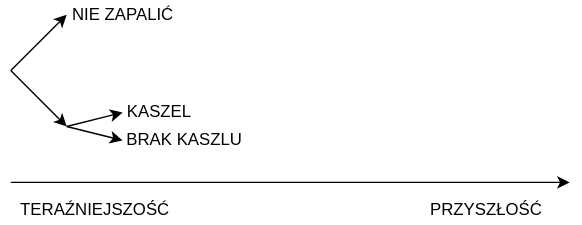
Before: images/ep-04-obnizanie-wartosci-w-czasie-02.svg, a diagram exported from draw.io (lyckantropen/awakening-pl). Source tidied: cells renumbered, new cells last; positions are measured from the earlier drawing's top-left corner, leaving out a move shared by most shapes.
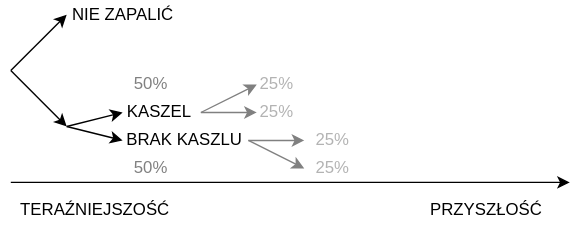
After the change.

The edit, as a diff of the source:
```diff
@@ -47,5 +47,47 @@
     <mxCell id="11" value="NIE ZAPALIĆ" style="text;html=1;align=center;verticalAlign=middle;strokeColor=none;fillColor=none;" parent="1" vertex="1">
       <mxGeometry x="35" width="90" height="20" as="geometry" />
     </mxCell>
+    <mxCell id="12" style="endArrow=classic;html=1;curved=1;fontColor=#999999;strokeColor=#808080;" parent="1" edge="1">
+      <mxGeometry x="176" y="1250" as="geometry">
+        <mxPoint x="136" y="80" as="sourcePoint" />
+        <mxPoint x="176" y="60" as="targetPoint" />
+      </mxGeometry>
+    </mxCell>
+    <mxCell id="13" style="endArrow=classic;html=1;curved=1;fontColor=#999999;strokeColor=#808080;" parent="1" edge="1">
+      <mxGeometry x="176" y="1250" as="geometry">
+        <mxPoint x="136" y="80" as="sourcePoint" />
+        <mxPoint x="176" y="80" as="targetPoint" />
+      </mxGeometry>
+    </mxCell>
+    <mxCell id="14" style="endArrow=classic;html=1;curved=1;fontColor=#999999;strokeColor=#808080;" parent="1" edge="1">
+      <mxGeometry x="210" y="1270" as="geometry">
+        <mxPoint x="170" y="100" as="sourcePoint" />
+        <mxPoint x="210" y="120" as="targetPoint" />
+      </mxGeometry>
+    </mxCell>
+    <mxCell id="15" style="endArrow=classic;html=1;curved=1;fontColor=#999999;strokeColor=#808080;" parent="1" edge="1">
+      <mxGeometry x="210" y="1270" as="geometry">
+        <mxPoint x="170" y="100" as="sourcePoint" />
+        <mxPoint x="210" y="100" as="targetPoint" />
+      </mxGeometry>
+    </mxCell>
+    <mxCell id="16" value="50%" style="text;html=1;align=center;verticalAlign=middle;strokeColor=none;fillColor=none;fontColor=#808080;" parent="1" vertex="1">
+      <mxGeometry x="80" y="50" width="40" height="20" as="geometry" />
+    </mxCell>
+    <mxCell id="17" value="50%" style="text;html=1;align=center;verticalAlign=middle;strokeColor=none;fillColor=none;fontColor=#808080;" parent="1" vertex="1">
+      <mxGeometry x="80" y="110" width="40" height="20" as="geometry" />
+    </mxCell>
+    <mxCell id="18" value="25%" style="text;html=1;align=center;verticalAlign=middle;strokeColor=none;fillColor=none;fontColor=#B3B3B3;" parent="1" vertex="1">
+      <mxGeometry x="170" y="50" width="40" height="20" as="geometry" />
+    </mxCell>
+    <mxCell id="19" value="25%" style="text;html=1;align=center;verticalAlign=middle;strokeColor=none;fillColor=none;fontColor=#B3B3B3;" parent="1" vertex="1">
+      <mxGeometry x="170" y="70" width="40" height="20" as="geometry" />
+    </mxCell>
+    <mxCell id="20" value="25%" style="text;html=1;align=center;verticalAlign=middle;strokeColor=none;fillColor=none;fontColor=#B3B3B3;" parent="1" vertex="1">
+      <mxGeometry x="210" y="90" width="40" height="20" as="geometry" />
+    </mxCell>
+    <mxCell id="21" value="25%" style="text;html=1;align=center;verticalAlign=middle;strokeColor=none;fillColor=none;fontColor=#B3B3B3;" parent="1" vertex="1">
+      <mxGeometry x="210" y="110" width="40" height="20" as="geometry" />
+    </mxCell>
   </root>
 </mxGraphModel>
```
